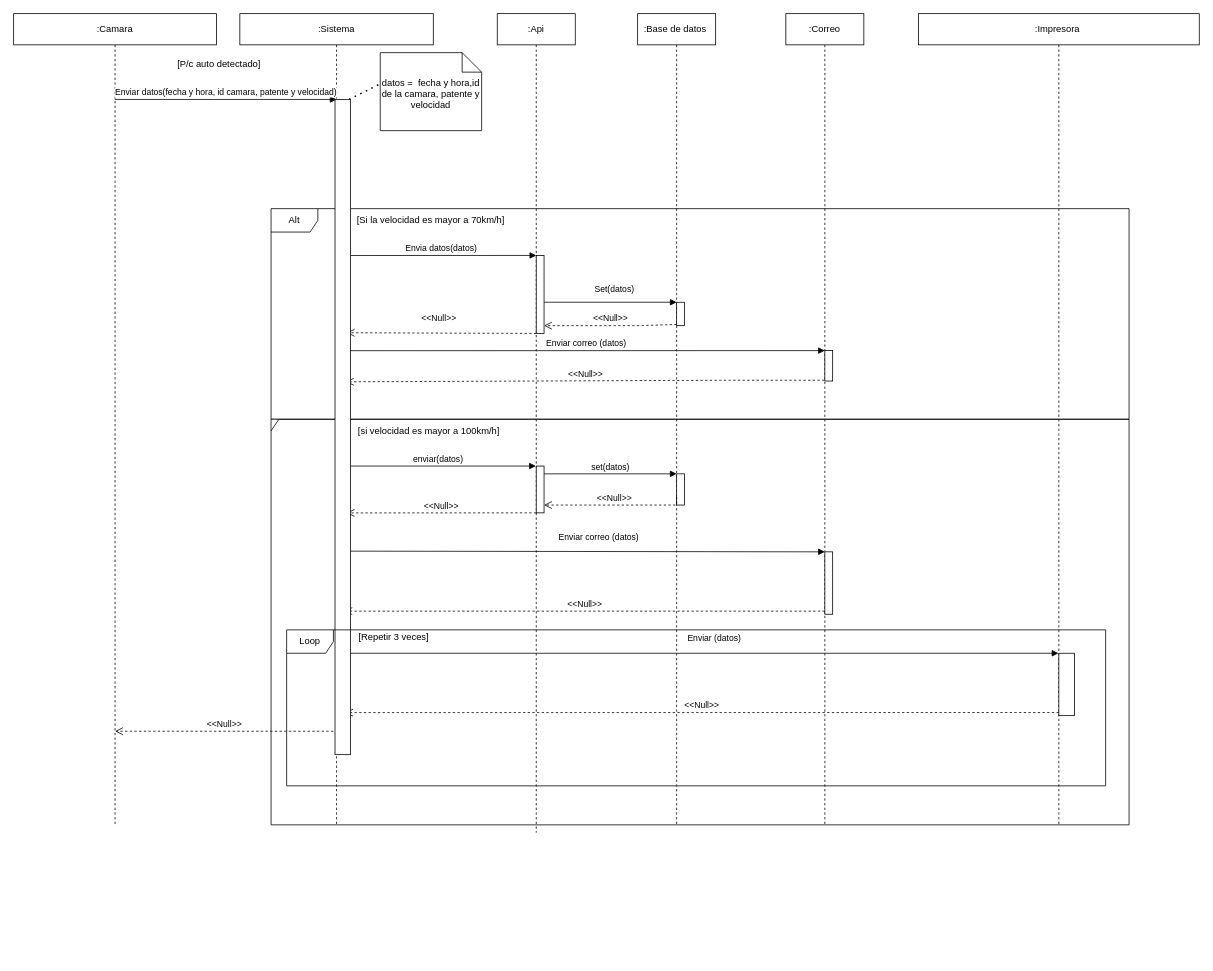
Above: diagrama/TpDiagrama.drawio in Jeanphaima/izo-isw1-tpds (draw.io), before the change. Source tidied: cells renumbered, new cells numbered last; positions are measured from the earlier drawing's top-left corner, leaving out a move shared by most shapes. Both pictures are drawn from the tidied source at 78%, with x=0, y=0 at pixel (13, 13).
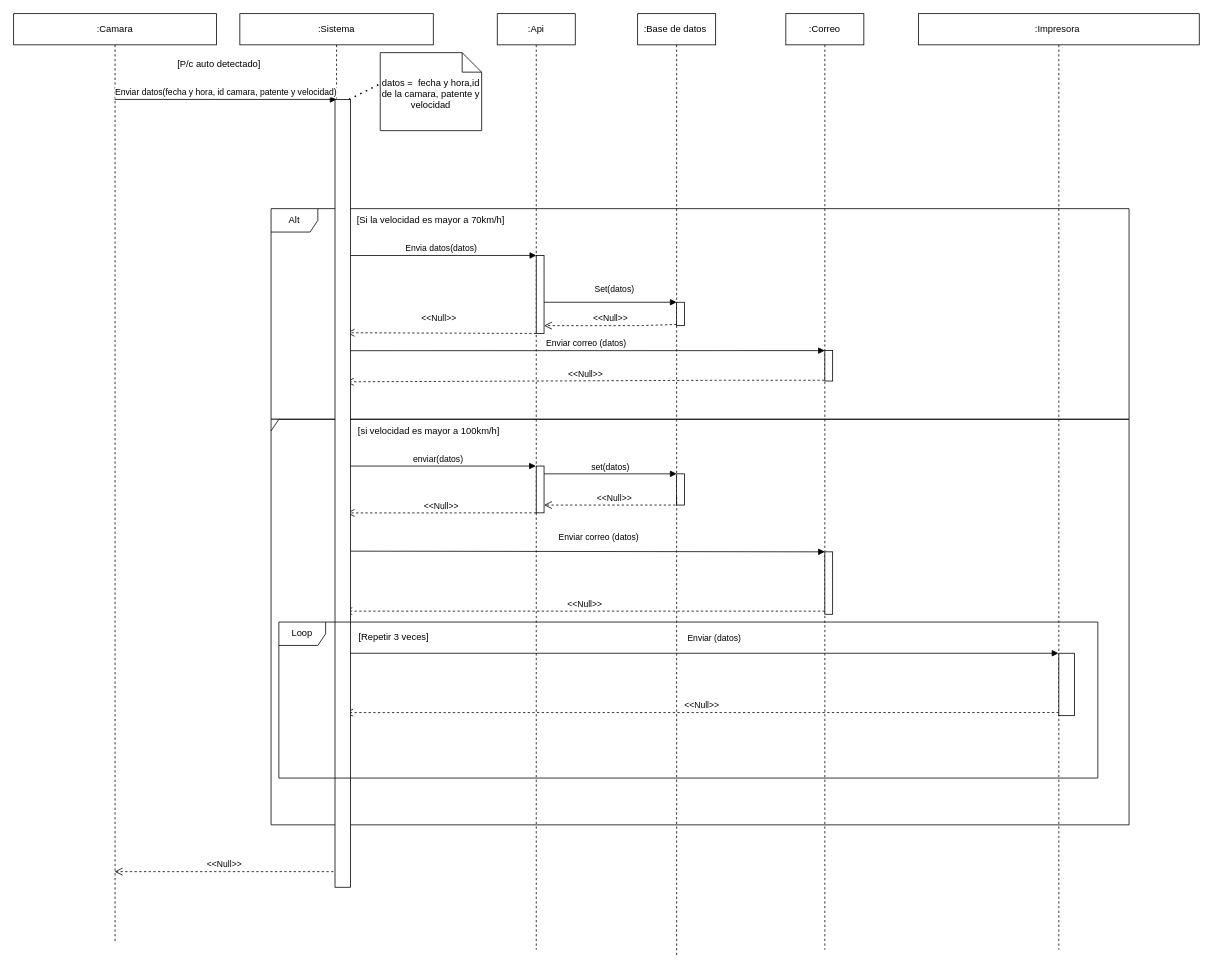
The same diagram, later.

Commit message:
Modificacion del ultimo retorno

The edit, as a diff of the source:
```diff
@@
     <mxCell id="2" value=":Camara" style="shape=umlLifeline;perimeter=lifelinePerimeter;whiteSpace=wrap;html=1;outlineConnect=0;" parent="1" vertex="1">
-      <mxGeometry width="260" height="1040" as="geometry" />
+      <mxGeometry width="260" height="1190" as="geometry" />
     </mxCell>
@@
     <mxCell id="7" value=":Api" style="shape=umlLifeline;perimeter=lifelinePerimeter;whiteSpace=wrap;html=1;outlineConnect=0;" parent="1" vertex="1">
-      <mxGeometry x="620" width="100" height="1050" as="geometry" />
+      <mxGeometry x="620" width="100" height="1200" as="geometry" />
     </mxCell>
@@
     <mxCell id="10" value=":Base de datos&amp;nbsp;" style="shape=umlLifeline;perimeter=lifelinePerimeter;whiteSpace=wrap;html=1;" parent="1" vertex="1">
-      <mxGeometry x="800" width="100" height="1040" as="geometry" />
+      <mxGeometry x="800" width="100" height="1210" as="geometry" />
     </mxCell>
@@
     <mxCell id="16" value=":Correo" style="shape=umlLifeline;perimeter=lifelinePerimeter;whiteSpace=wrap;html=1;outlineConnect=0;" parent="1" vertex="1">
-      <mxGeometry x="990" width="100" height="1040" as="geometry" />
+      <mxGeometry x="990" width="100" height="1200" as="geometry" />
     </mxCell>
@@
     <mxCell id="28" value=":Impresora&amp;nbsp;" style="shape=umlLifeline;perimeter=lifelinePerimeter;whiteSpace=wrap;html=1;outlineConnect=0;rounded=0;glass=0;fillColor=#FFFFFF;gradientColor=#FFFFFF;" parent="1" vertex="1">
-      <mxGeometry x="1160" width="360" height="1040" as="geometry" />
+      <mxGeometry x="1160" width="360" height="1200" as="geometry" />
     </mxCell>
@@
     <mxCell id="37" style="html=1;perimeter=orthogonalPerimeter;" parent="1" vertex="1">
-      <mxGeometry x="412" y="110" width="20" height="840" as="geometry" />
+      <mxGeometry x="412" y="110" width="20" height="1010" as="geometry" />
     </mxCell>
     <mxCell id="38" value="Loop" style="shape=umlFrame;whiteSpace=wrap;html=1;" parent="1" vertex="1">
-      <mxGeometry x="350" y="790" width="1050" height="200" as="geometry" />
+      <mxGeometry x="340" y="780" width="1050" height="200" as="geometry" />
     </mxCell>
@@
-    <mxCell id="40" value="&amp;lt;&amp;lt;Null&amp;gt;&amp;gt;" style="html=1;verticalAlign=bottom;endArrow=open;dashed=1;endSize=8;exitX=0.057;exitY=0.65;exitDx=0;exitDy=0;exitPerimeter=0;" parent="1" edge="1" source="38">
+    <mxCell id="40" value="&amp;lt;&amp;lt;Null&amp;gt;&amp;gt;" style="html=1;verticalAlign=bottom;endArrow=open;dashed=1;endSize=8;" parent="1" edge="1" target="2">
       <mxGeometry relative="1" as="geometry">
-        <mxPoint x="130" y="920" as="targetPoint" />
+        <mxPoint x="410" y="1100" as="sourcePoint" />
       </mxGeometry>
     </mxCell>
```
